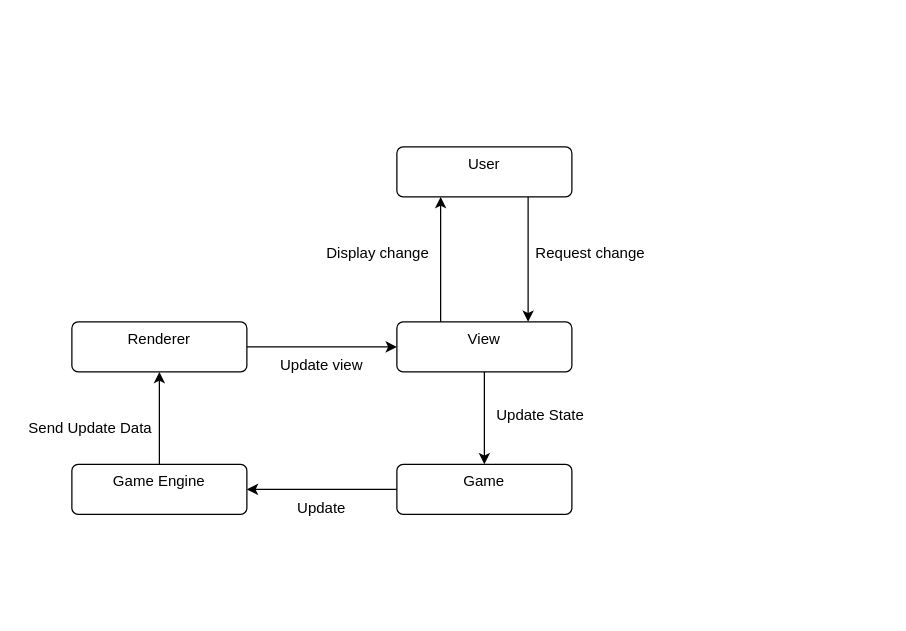
SakariasLilja/Snake3D keeps this draw.io diagram as documentation/Snake3DArchitecturalDesign.drawio. Above is the earlier version. Source tidied: cells renumbered, new cells numbered last; positions are measured from the earlier drawing's top-left corner, leaving out a move shared by most shapes. Both pictures are drawn from the tidied source at 125%, with x=0, y=0 at pixel (21, 146).
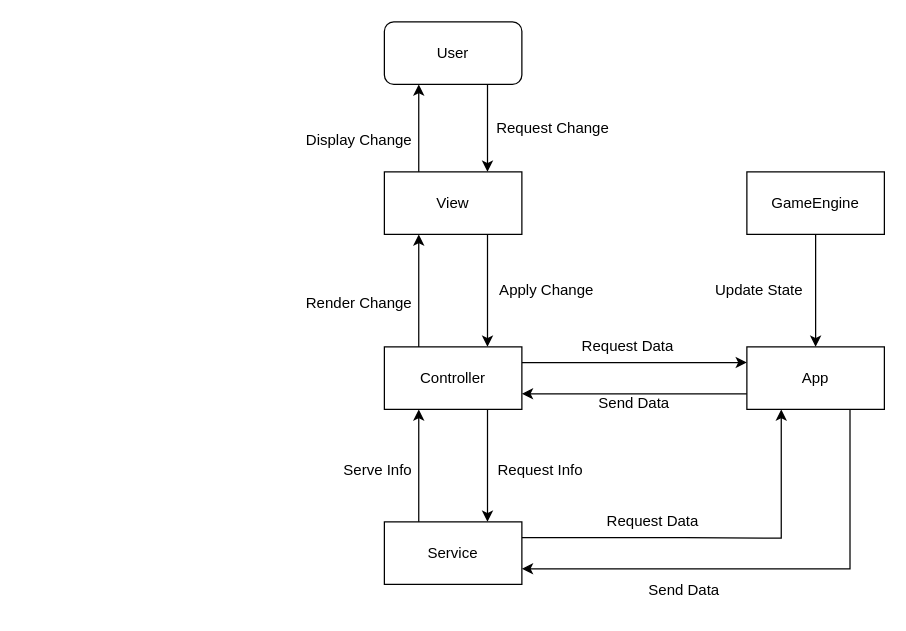
Above is the later version.

Change to the diagram source:
```diff
@@
+    <mxCell id="5" style="edgeStyle=orthogonalEdgeStyle;rounded=0;jettySize=auto;html=1;exitX=0.25;exitY=0;exitDx=0;exitDy=0;entryX=0.25;entryY=1;entryDx=0;entryDy=0;" parent="1" edge="1" source="6" target="3">
+      <mxGeometry relative="1" as="geometry" />
+    </mxCell>
+    <mxCell id="19" style="edgeStyle=orthogonalEdgeStyle;rounded=0;jettySize=auto;html=1;exitX=0.75;exitY=1;exitDx=0;exitDy=0;entryX=0.75;entryY=0;entryDx=0;entryDy=0;" parent="1" edge="1" source="6" target="23">
+      <mxGeometry relative="1" as="geometry" />
+    </mxCell>
+    <mxCell id="6" value="View" style="html=1;whiteSpace=wrap;" parent="1" vertex="1">
+      <mxGeometry x="290" y="20" width="110" height="50" as="geometry" />
+    </mxCell>
+    <mxCell id="20" style="edgeStyle=orthogonalEdgeStyle;rounded=0;jettySize=auto;html=1;exitX=0.75;exitY=1;exitDx=0;exitDy=0;entryX=0.75;entryY=0;entryDx=0;entryDy=0;" parent="1" edge="1" source="23" target="27">
+      <mxGeometry relative="1" as="geometry" />
+    </mxCell>
+    <mxCell id="21" style="edgeStyle=orthogonalEdgeStyle;rounded=0;jettySize=auto;html=1;exitX=0.25;exitY=0;exitDx=0;exitDy=0;entryX=0.25;entryY=1;entryDx=0;entryDy=0;" parent="1" edge="1" source="23" target="6">
+      <mxGeometry relative="1" as="geometry" />
+    </mxCell>
+    <mxCell id="22" style="edgeStyle=orthogonalEdgeStyle;rounded=0;jettySize=auto;html=1;exitX=1;exitY=0.25;exitDx=0;exitDy=0;entryX=0;entryY=0.25;entryDx=0;entryDy=0;" parent="1" edge="1" source="23" target="29">
+      <mxGeometry relative="1" as="geometry" />
+    </mxCell>
+    <mxCell id="23" value="Controller" style="html=1;whiteSpace=wrap;" parent="1" vertex="1">
+      <mxGeometry x="290" y="160" width="110" height="50" as="geometry" />
+    </mxCell>
+    <mxCell id="24" style="edgeStyle=orthogonalEdgeStyle;rounded=0;jettySize=auto;html=1;exitX=0.25;exitY=0;exitDx=0;exitDy=0;entryX=0.25;entryY=1;entryDx=0;entryDy=0;" parent="1" edge="1" source="27" target="23">
+      <mxGeometry relative="1" as="geometry" />
+    </mxCell>
+    <mxCell id="25" style="edgeStyle=orthogonalEdgeStyle;rounded=0;jettySize=auto;html=1;exitX=1;exitY=0.25;exitDx=0;exitDy=0;entryX=0.25;entryY=1;entryDx=0;entryDy=0;" parent="1" edge="1" source="27" target="29">
+      <mxGeometry relative="1" as="geometry">
+        <Array as="points">
+          <mxPoint x="530" y="313" />
+          <mxPoint x="598" y="313" />
+        </Array>
+      </mxGeometry>
+    </mxCell>
+    <mxCell id="26" style="edgeStyle=orthogonalEdgeStyle;rounded=0;jettySize=auto;html=1;exitX=1;exitY=0.75;exitDx=0;exitDy=0;entryX=0.75;entryY=1;entryDx=0;entryDy=0;startArrow=classic;startFill=1;endArrow=none;endFill=0;" parent="1" edge="1" source="27" target="29">
+      <mxGeometry relative="1" as="geometry" />
+    </mxCell>
+    <mxCell id="27" value="Service" style="html=1;whiteSpace=wrap;" parent="1" vertex="1">
+      <mxGeometry x="290" y="300" width="110" height="50" as="geometry" />
+    </mxCell>
+    <mxCell id="28" style="edgeStyle=orthogonalEdgeStyle;rounded=0;jettySize=auto;html=1;exitX=0;exitY=0.75;exitDx=0;exitDy=0;entryX=1;entryY=0.75;entryDx=0;entryDy=0;" parent="1" edge="1" source="29" target="23">
+      <mxGeometry relative="1" as="geometry" />
+    </mxCell>
+    <mxCell id="29" value="App" style="html=1;whiteSpace=wrap;" parent="1" vertex="1">
+      <mxGeometry x="580" y="160" width="110" height="50" as="geometry" />
+    </mxCell>
+    <mxCell id="30" style="edgeStyle=orthogonalEdgeStyle;rounded=0;jettySize=auto;html=1;exitX=0.5;exitY=1;exitDx=0;exitDy=0;entryX=0.5;entryY=0;entryDx=0;entryDy=0;" parent="1" edge="1" source="31" target="29">
+      <mxGeometry relative="1" as="geometry" />
+    </mxCell>
+    <mxCell id="31" value="GameEngine" style="html=1;whiteSpace=wrap;" parent="1" vertex="1">
+      <mxGeometry x="580" y="20" width="110" height="50" as="geometry" />
+    </mxCell>
+    <mxCell id="14" value="Update State" style="text;strokeColor=none;align=center;fillColor=none;html=1;verticalAlign=middle;whiteSpace=wrap;rounded=0;" parent="1" vertex="1">
+      <mxGeometry x="540" y="100" width="100" height="30" as="geometry" />
+    </mxCell>
+    <mxCell id="32" value="Request Change" style="text;strokeColor=none;align=center;fillColor=none;html=1;verticalAlign=middle;whiteSpace=wrap;rounded=0;" parent="1" vertex="1">
+      <mxGeometry x="370" y="-30" width="110" height="30" as="geometry" />
+    </mxCell>
@@
-    <mxCell id="3" value="User" style="html=1;align=center;verticalAlign=top;rounded=1;absoluteArcSize=1;arcSize=10;dashed=0;whiteSpace=wrap;" parent="1" vertex="1">
-      <mxGeometry x="300" width="140" height="40" as="geometry" />
+    <mxCell id="3" value="User" style="html=1;whiteSpace=wrap;rounded=1;" parent="1" vertex="1">
+      <mxGeometry x="290" y="-100" width="110" height="50" as="geometry" />
     </mxCell>
-    <mxCell id="4" style="edgeStyle=orthogonalEdgeStyle;rounded=0;jettySize=auto;html=1;exitX=0.5;exitY=1;exitDx=0;exitDy=0;entryX=0.5;entryY=0;entryDx=0;entryDy=0;" parent="1" edge="1" source="6" target="10">
-      <mxGeometry relative="1" as="geometry" />
-    </mxCell>
-    <mxCell id="5" style="edgeStyle=orthogonalEdgeStyle;rounded=0;jettySize=auto;html=1;exitX=0.25;exitY=0;exitDx=0;exitDy=0;entryX=0.25;entryY=1;entryDx=0;entryDy=0;" parent="1" edge="1" source="6" target="3">
-      <mxGeometry relative="1" as="geometry" />
-    </mxCell>
-    <mxCell id="6" value="View" style="html=1;align=center;verticalAlign=top;rounded=1;absoluteArcSize=1;arcSize=10;dashed=0;whiteSpace=wrap;" parent="1" vertex="1">
-      <mxGeometry x="300" y="140" width="140" height="40" as="geometry" />
-    </mxCell>
-    <mxCell id="7" style="edgeStyle=orthogonalEdgeStyle;rounded=0;jettySize=auto;html=1;exitX=0.5;exitY=0;exitDx=0;exitDy=0;entryX=0.5;entryY=1;entryDx=0;entryDy=0;" parent="1" edge="1" source="8" target="12">
-      <mxGeometry relative="1" as="geometry" />
-    </mxCell>
-    <mxCell id="8" value="Game Engine" style="html=1;align=center;verticalAlign=top;rounded=1;absoluteArcSize=1;arcSize=10;dashed=0;whiteSpace=wrap;" parent="1" vertex="1">
-      <mxGeometry x="40" y="254" width="140" height="40" as="geometry" />
-    </mxCell>
-    <mxCell id="9" style="edgeStyle=orthogonalEdgeStyle;rounded=0;jettySize=auto;html=1;exitX=0;exitY=0.5;exitDx=0;exitDy=0;entryX=1;entryY=0.5;entryDx=0;entryDy=0;" parent="1" edge="1" source="10" target="8">
-      <mxGeometry relative="1" as="geometry" />
-    </mxCell>
-    <mxCell id="10" value="Game" style="html=1;align=center;verticalAlign=top;rounded=1;absoluteArcSize=1;arcSize=10;dashed=0;whiteSpace=wrap;" parent="1" vertex="1">
-      <mxGeometry x="300" y="254" width="140" height="40" as="geometry" />
-    </mxCell>
-    <mxCell id="11" style="edgeStyle=orthogonalEdgeStyle;rounded=0;jettySize=auto;html=1;exitX=1;exitY=0.5;exitDx=0;exitDy=0;entryX=0;entryY=0.5;entryDx=0;entryDy=0;" parent="1" edge="1" source="12" target="6">
-      <mxGeometry relative="1" as="geometry" />
-    </mxCell>
-    <mxCell id="12" value="Renderer" style="html=1;align=center;verticalAlign=top;rounded=1;absoluteArcSize=1;arcSize=10;dashed=0;whiteSpace=wrap;" parent="1" vertex="1">
-      <mxGeometry x="40" y="140" width="140" height="40" as="geometry" />
-    </mxCell>
-    <mxCell id="13" value="Request change" style="text;strokeColor=none;align=center;fillColor=none;html=1;verticalAlign=middle;whiteSpace=wrap;rounded=0;" parent="1" vertex="1">
-      <mxGeometry x="400" y="70" width="110" height="30" as="geometry" />
-    </mxCell>
-    <mxCell id="14" value="Update State" style="text;strokeColor=none;align=center;fillColor=none;html=1;verticalAlign=middle;whiteSpace=wrap;rounded=0;" parent="1" vertex="1">
-      <mxGeometry x="370" y="200" width="90" height="30" as="geometry" />
-    </mxCell>
-    <mxCell id="15" value="Update" style="text;strokeColor=none;align=center;fillColor=none;html=1;verticalAlign=middle;whiteSpace=wrap;rounded=0;" parent="1" vertex="1">
-      <mxGeometry x="210" y="274" width="60" height="30" as="geometry" />
-    </mxCell>
-    <mxCell id="16" value="Send Update Data" style="text;strokeColor=none;align=center;fillColor=none;html=1;verticalAlign=middle;whiteSpace=wrap;rounded=0;" parent="1" vertex="1">
-      <mxGeometry y="210" width="110" height="30" as="geometry" />
-    </mxCell>
-    <mxCell id="17" value="Display change" style="text;strokeColor=none;align=center;fillColor=none;html=1;verticalAlign=middle;whiteSpace=wrap;rounded=0;" parent="1" vertex="1">
-      <mxGeometry x="240" y="70" width="90" height="30" as="geometry" />
-    </mxCell>
-    <mxCell id="18" value="Update view" style="text;strokeColor=none;align=center;fillColor=none;html=1;verticalAlign=middle;whiteSpace=wrap;rounded=0;" parent="1" vertex="1">
-      <mxGeometry x="200" y="160" width="80" height="30" as="geometry" />
-    </mxCell>
+    <mxCell id="33" value="Display Change" style="text;strokeColor=none;align=center;fillColor=none;html=1;verticalAlign=middle;whiteSpace=wrap;rounded=0;" parent="1" vertex="1">
+      <mxGeometry x="220" y="-20" width="100" height="30" as="geometry" />
+    </mxCell>
+    <mxCell id="34" value="Request Info" style="text;strokeColor=none;align=center;fillColor=none;html=1;verticalAlign=middle;whiteSpace=wrap;rounded=0;" parent="1" vertex="1">
+      <mxGeometry x="370" y="244" width="90" height="30" as="geometry" />
+    </mxCell>
+    <mxCell id="35" value="Serve Info" style="text;strokeColor=none;align=center;fillColor=none;html=1;verticalAlign=middle;whiteSpace=wrap;rounded=0;" parent="1" vertex="1">
+      <mxGeometry x="250" y="244" width="70" height="30" as="geometry" />
+    </mxCell>
+    <mxCell id="36" value="Apply Change" style="text;strokeColor=none;align=center;fillColor=none;html=1;verticalAlign=middle;whiteSpace=wrap;rounded=0;" parent="1" vertex="1">
+      <mxGeometry x="370" y="100" width="100" height="30" as="geometry" />
+    </mxCell>
+    <mxCell id="37" value="Render Change" style="text;strokeColor=none;align=center;fillColor=none;html=1;verticalAlign=middle;whiteSpace=wrap;rounded=0;" parent="1" vertex="1">
+      <mxGeometry x="220" y="110" width="100" height="30" as="geometry" />
+    </mxCell>
+    <mxCell id="38" value="Send Data" style="text;strokeColor=none;align=center;fillColor=none;html=1;verticalAlign=middle;whiteSpace=wrap;rounded=0;" parent="1" vertex="1">
+      <mxGeometry x="500" y="340" width="60" height="30" as="geometry" />
+    </mxCell>
+    <mxCell id="39" value="Request Data" style="text;strokeColor=none;align=center;fillColor=none;html=1;verticalAlign=middle;whiteSpace=wrap;rounded=0;" parent="1" vertex="1">
+      <mxGeometry x="460" y="280" width="90" height="40" as="geometry" />
+    </mxCell>
+    <mxCell id="40" value="Request Data" style="text;strokeColor=none;align=center;fillColor=none;html=1;verticalAlign=middle;whiteSpace=wrap;rounded=0;" parent="1" vertex="1">
+      <mxGeometry x="440" y="140" width="90" height="40" as="geometry" />
+    </mxCell>
+    <mxCell id="41" value="Send Data" style="text;strokeColor=none;align=center;fillColor=none;html=1;verticalAlign=middle;whiteSpace=wrap;rounded=0;" parent="1" vertex="1">
+      <mxGeometry x="460" y="190" width="60" height="30" as="geometry" />
+    </mxCell>
```
